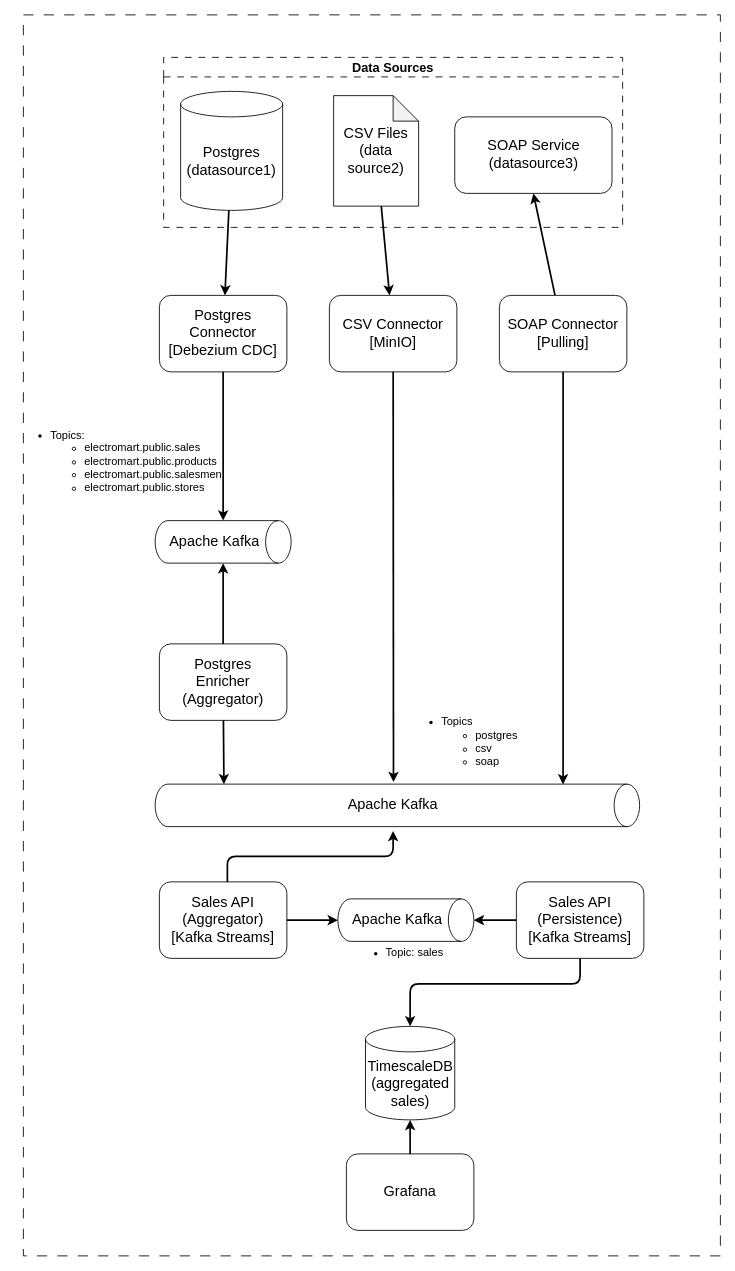
The draw.io diagram data/salesman-kata-v2/diagrams/solutions.drawio in codegik/team-red, before the edit. Source tidied: cells renumbered, new cells numbered last; positions are measured from the earlier drawing's top-left corner, leaving out a move shared by most shapes. Both pictures are drawn from the tidied source at 85%, with x=0, y=0 at pixel (14, 14).
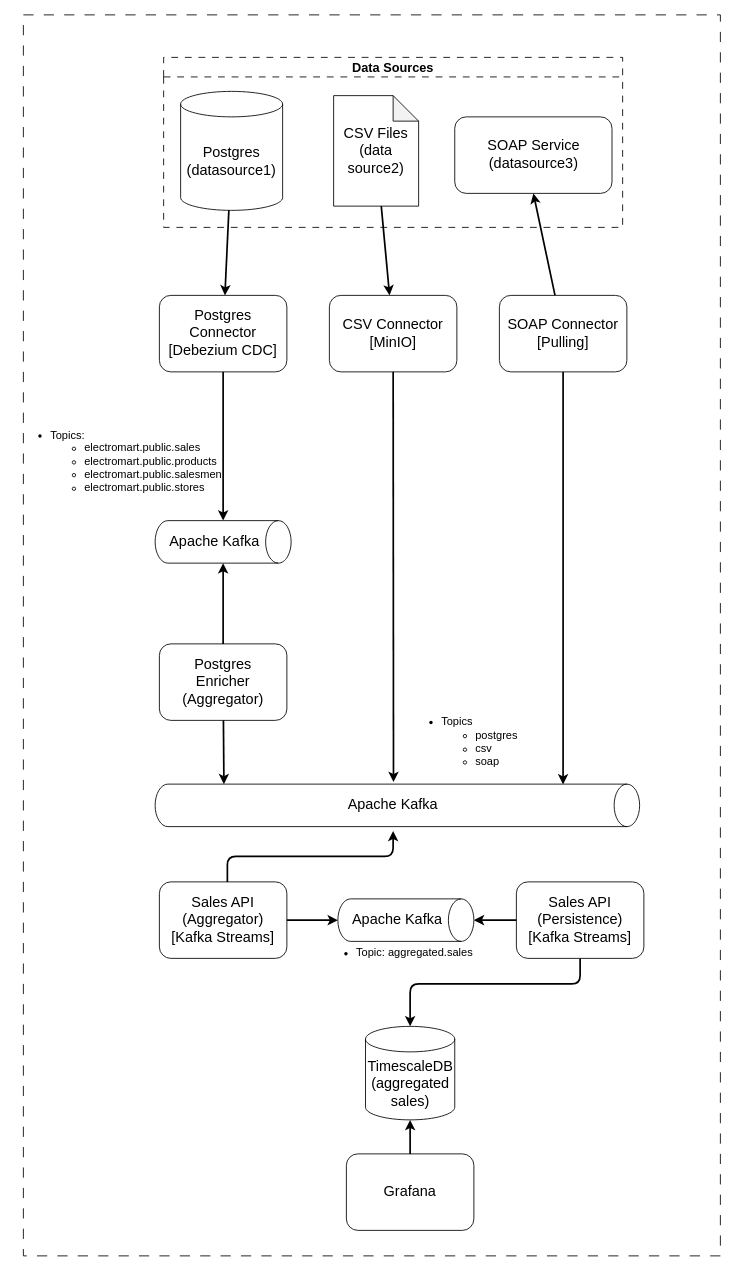
The same diagram, later.

The edit, as a diff of the source:
```diff
@@
-    <mxCell id="33" value="&lt;ul&gt;&lt;li&gt;&lt;font style=&quot;font-size: 13px;&quot;&gt;Topic: sales&lt;/font&gt;&lt;/li&gt;&lt;/ul&gt;" style="text;html=1;align=center;verticalAlign=middle;strokeColor=none;fillColor=none;" parent="1" vertex="1">
-      <mxGeometry x="385" y="1073" width="130" height="60" as="geometry" />
+    <mxCell id="33" value="&lt;ul&gt;&lt;li&gt;&lt;font style=&quot;font-size: 13px; color: rgb(0, 0, 0);&quot;&gt;Topic: aggregated.sales&lt;/font&gt;&lt;/li&gt;&lt;/ul&gt;" style="text;html=1;align=center;verticalAlign=middle;strokeColor=none;fillColor=none;" parent="1" vertex="1">
+      <mxGeometry x="350" y="1073" width="200" height="60" as="geometry" />
     </mxCell>
```
